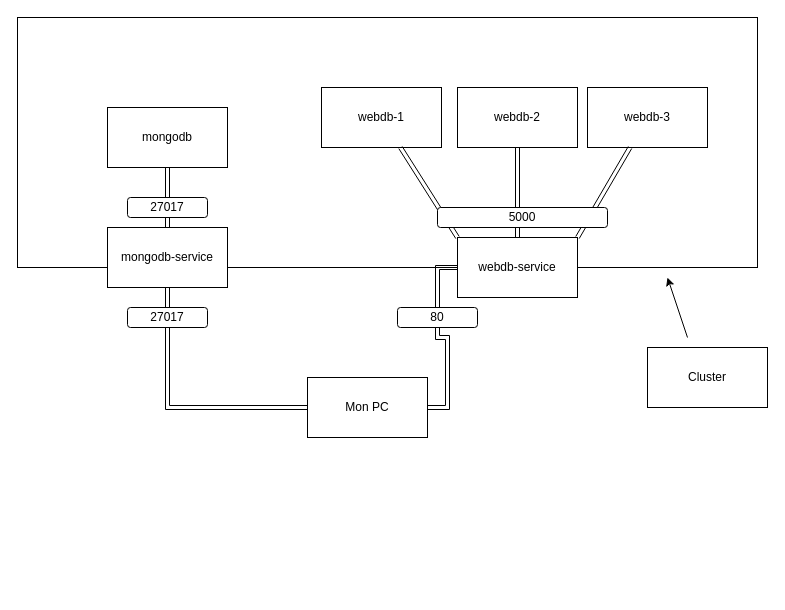
ComplexNetTSP/kubernetes-LeDuc34 keeps this draw.io diagram as diagram.drawio. Above is the earlier version. Source tidied: cells renumbered, new cells numbered last; positions are measured from the earlier drawing's top-left corner, leaving out a move shared by most shapes. Both pictures are drawn from the tidied source at 100%, with x=0, y=0 at pixel (17, 17).
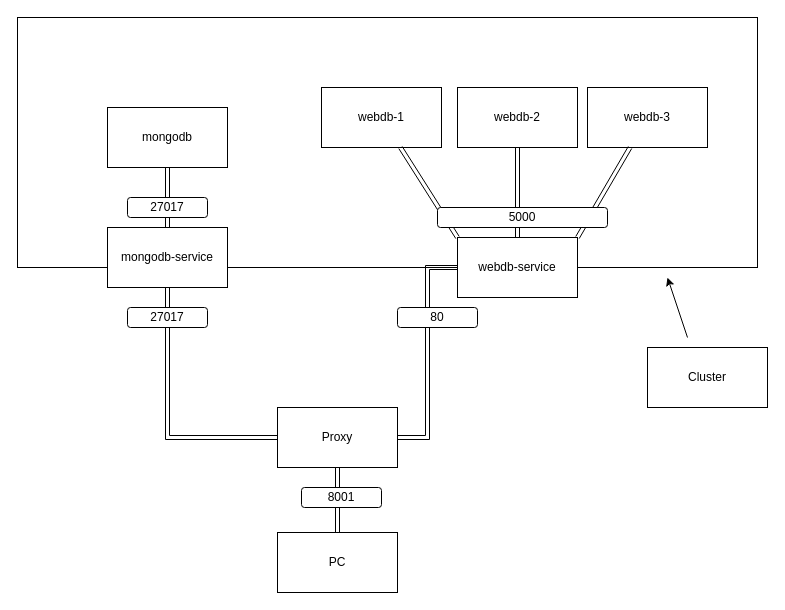
After the change.

What changed in the source:
```diff
@@
-    <mxCell id="11" value="Mon PC" style="rounded=0;whiteSpace=wrap;html=1;" parent="1" vertex="1">
-      <mxGeometry x="290" y="360" width="120" height="60" as="geometry" />
+    <mxCell id="11" value="Proxy" style="rounded=0;whiteSpace=wrap;html=1;" parent="1" vertex="1">
+      <mxGeometry x="260" y="390" width="120" height="60" as="geometry" />
     </mxCell>
@@
+    <mxCell id="22" style="edgeStyle=none;html=1;shape=link;" parent="1" edge="1" source="23" target="11">
+      <mxGeometry relative="1" as="geometry" />
+    </mxCell>
+    <mxCell id="23" value="PC" style="rounded=0;whiteSpace=wrap;html=1;" parent="1" vertex="1">
+      <mxGeometry x="260" y="515" width="120" height="60" as="geometry" />
+    </mxCell>
+    <mxCell id="24" value="8001" style="rounded=1;whiteSpace=wrap;html=1;" parent="1" vertex="1">
+      <mxGeometry x="284" y="470" width="80" height="20" as="geometry" />
+    </mxCell>
```
